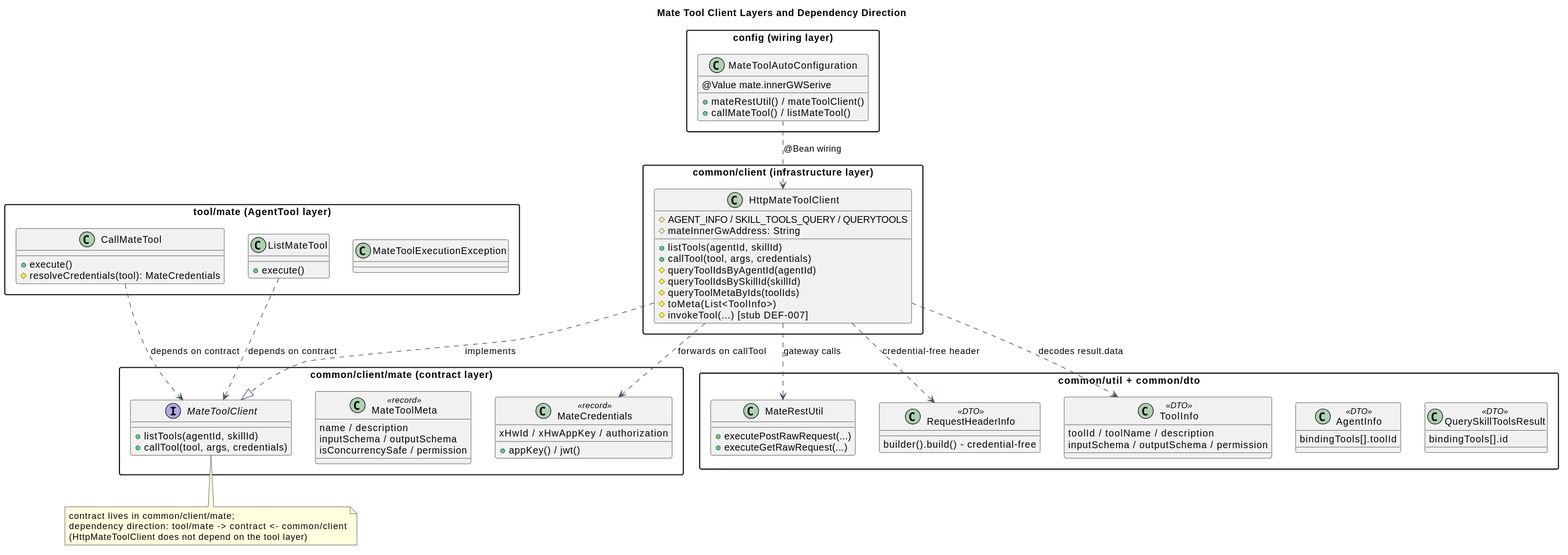
Above: docs/designs/mate-tool-client/mate_tool_client_layers.svg in 2862282695gjh-afk/pi-mono-java (PlantUML), before the change.
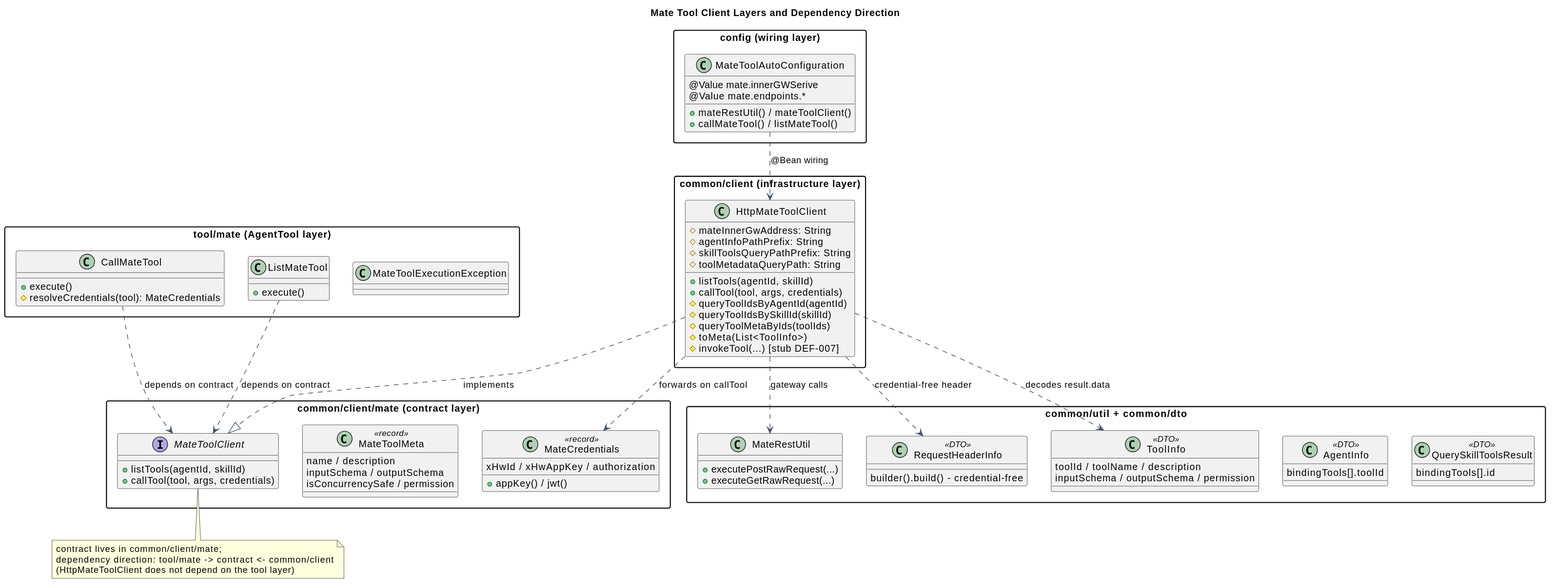
The same file after the commit.

Diff of the diagram source:
```diff
@@ -20,8 +20,10 @@
 
 package "common/client (infrastructure layer)" {
   class HttpMateToolClient {
-    # AGENT_INFO / SKILL_TOOLS_QUERY / QUERYTOOLS
     # mateInnerGwAddress: String
+    # agentInfoPathPrefix: String
+    # skillToolsQueryPathPrefix: String
+    # toolMetadataQueryPath: String
     + listTools(agentId, skillId)
     + callTool(tool, args, credentials)
     # queryToolIdsByAgentId(agentId)
@@ -71,6 +73,7 @@
 package "config (wiring layer)" {
   class MateToolAutoConfiguration {
     @Value mate.innerGWSerive
+    @Value mate.endpoints.*
     + mateRestUtil() / mateToolClient()
     + callMateTool() / listMateTool()
   }
```
